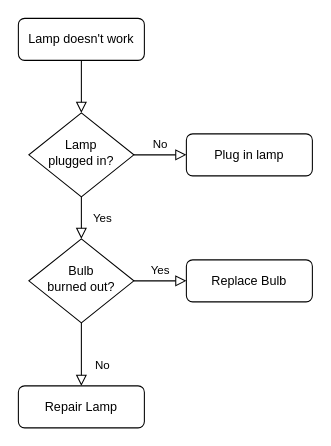
dnq2023/PlotNeuralNet keeps this draw.io diagram as zgy.drawio. Above is the earlier version. Source tidied: cells renumbered, new cells numbered last; positions are measured from the earlier drawing's top-left corner, leaving out a move shared by most shapes. Both pictures are drawn from the tidied source at 105%, with x=0, y=0 at pixel (18, 18).
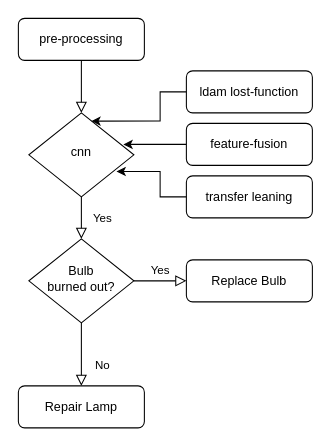
After the change.

Change to the diagram source:
```diff
@@
 <mxGraphModel>
   <root>
     <mxCell id="0" />
     <mxCell id="1" parent="0" />
     <mxCell id="2" style="rounded=0;html=1;jettySize=auto;fontSize=11;endArrow=block;endFill=0;endSize=8;strokeWidth=1;shadow=0;labelBackgroundColor=none;edgeStyle=orthogonalEdgeStyle;" parent="1" edge="1" source="3" target="6">
       <mxGeometry relative="1" as="geometry" />
     </mxCell>
-    <mxCell id="3" value="Lamp doesn't work" style="rounded=1;whiteSpace=wrap;html=1;fontSize=12;glass=0;strokeWidth=1;shadow=0;" parent="1" vertex="1">
+    <mxCell id="3" value="pre-processing" style="rounded=1;whiteSpace=wrap;html=1;fontSize=12;glass=0;strokeWidth=1;shadow=0;" parent="1" vertex="1">
       <mxGeometry width="120" height="40" as="geometry" />
     </mxCell>
     <mxCell id="4" value="Yes" style="rounded=0;html=1;jettySize=auto;fontSize=11;endArrow=block;endFill=0;endSize=8;strokeWidth=1;shadow=0;labelBackgroundColor=none;edgeStyle=orthogonalEdgeStyle;" parent="1" edge="1" source="6" target="10">
       <mxGeometry y="20" relative="1" as="geometry" />
     </mxCell>
-    <mxCell id="5" value="No" style="edgeStyle=orthogonalEdgeStyle;rounded=0;html=1;jettySize=auto;fontSize=11;endArrow=block;endFill=0;endSize=8;strokeWidth=1;shadow=0;labelBackgroundColor=none;" parent="1" edge="1" source="6" target="7">
-      <mxGeometry y="10" relative="1" as="geometry" />
-    </mxCell>
-    <mxCell id="6" value="Lamp&lt;br&gt;plugged in?" style="rhombus;whiteSpace=wrap;html=1;shadow=0;fontFamily=Helvetica;fontSize=12;align=center;strokeWidth=1;spacing=6;spacingTop=-4;" parent="1" vertex="1">
+    <mxCell id="6" value="cnn" style="rhombus;whiteSpace=wrap;html=1;shadow=0;fontFamily=Helvetica;fontSize=12;align=center;strokeWidth=1;spacing=6;spacingTop=-4;" parent="1" vertex="1">
       <mxGeometry x="10" y="90" width="100" height="80" as="geometry" />
     </mxCell>
-    <mxCell id="7" value="Plug in lamp" style="rounded=1;whiteSpace=wrap;html=1;fontSize=12;glass=0;strokeWidth=1;shadow=0;" parent="1" vertex="1">
-      <mxGeometry x="160" y="110" width="120" height="40" as="geometry" />
+    <mxCell id="7" value="ldam lost-function" style="rounded=1;whiteSpace=wrap;html=1;fontSize=12;glass=0;strokeWidth=1;shadow=0;" parent="1" vertex="1">
+      <mxGeometry x="160" y="50" width="120" height="40" as="geometry" />
     </mxCell>
     <mxCell id="8" value="No" style="rounded=0;html=1;jettySize=auto;fontSize=11;endArrow=block;endFill=0;endSize=8;strokeWidth=1;shadow=0;labelBackgroundColor=none;edgeStyle=orthogonalEdgeStyle;" parent="1" edge="1" source="10" target="11">
       <mxGeometry x="0.33" y="20" relative="1" as="geometry" />
     </mxCell>
     <mxCell id="9" value="Yes" style="edgeStyle=orthogonalEdgeStyle;rounded=0;html=1;jettySize=auto;fontSize=11;endArrow=block;endFill=0;endSize=8;strokeWidth=1;shadow=0;labelBackgroundColor=none;" parent="1" edge="1" source="10" target="12">
       <mxGeometry y="10" relative="1" as="geometry" />
     </mxCell>
     <mxCell id="10" value="Bulb&lt;br&gt;burned out?" style="rhombus;whiteSpace=wrap;html=1;shadow=0;fontFamily=Helvetica;fontSize=12;align=center;strokeWidth=1;spacing=6;spacingTop=-4;" parent="1" vertex="1">
       <mxGeometry x="10" y="210" width="100" height="80" as="geometry" />
     </mxCell>
     <mxCell id="11" value="Repair Lamp" style="rounded=1;whiteSpace=wrap;html=1;fontSize=12;glass=0;strokeWidth=1;shadow=0;" parent="1" vertex="1">
       <mxGeometry y="350" width="120" height="40" as="geometry" />
     </mxCell>
     <mxCell id="12" value="Replace Bulb" style="rounded=1;whiteSpace=wrap;html=1;fontSize=12;glass=0;strokeWidth=1;shadow=0;" parent="1" vertex="1">
       <mxGeometry x="160" y="230" width="120" height="40" as="geometry" />
     </mxCell>
+    <mxCell id="13" style="edgeStyle=orthogonalEdgeStyle;rounded=0;jettySize=auto;html=1;exitX=0;exitY=0.5;exitDx=0;exitDy=0;entryX=0.9;entryY=0.375;entryDx=0;entryDy=0;entryPerimeter=0;" parent="1" edge="1" source="14" target="6">
+      <mxGeometry relative="1" as="geometry" />
+    </mxCell>
+    <mxCell id="14" value="feature-fusion" style="rounded=1;whiteSpace=wrap;html=1;fontSize=12;glass=0;strokeWidth=1;shadow=0;" parent="1" vertex="1">
+      <mxGeometry x="160" y="100" width="120" height="40" as="geometry" />
+    </mxCell>
+    <mxCell id="15" style="edgeStyle=orthogonalEdgeStyle;rounded=0;jettySize=auto;html=1;exitX=0;exitY=0.5;exitDx=0;exitDy=0;entryX=0.594;entryY=0.098;entryDx=0;entryDy=0;entryPerimeter=0;" parent="1" edge="1" source="7" target="6">
+      <mxGeometry relative="1" as="geometry" />
+    </mxCell>
+    <mxCell id="16" value="transfer leaning" style="rounded=1;whiteSpace=wrap;html=1;fontSize=12;glass=0;strokeWidth=1;shadow=0;" parent="1" vertex="1">
+      <mxGeometry x="160" y="150" width="120" height="40" as="geometry" />
+    </mxCell>
+    <mxCell id="17" style="edgeStyle=orthogonalEdgeStyle;rounded=0;jettySize=auto;html=1;exitX=0;exitY=0.5;exitDx=0;exitDy=0;entryX=0.834;entryY=0.698;entryDx=0;entryDy=0;entryPerimeter=0;" parent="1" edge="1" source="16" target="6">
+      <mxGeometry relative="1" as="geometry" />
+    </mxCell>
   </root>
 </mxGraphModel>
```
